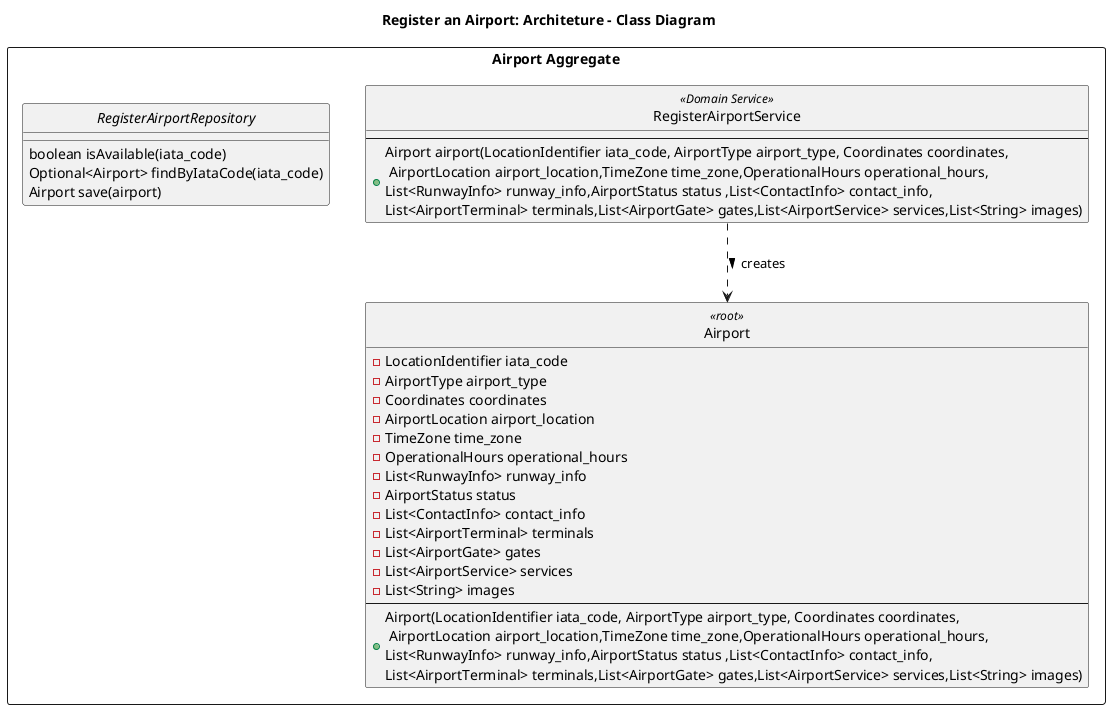
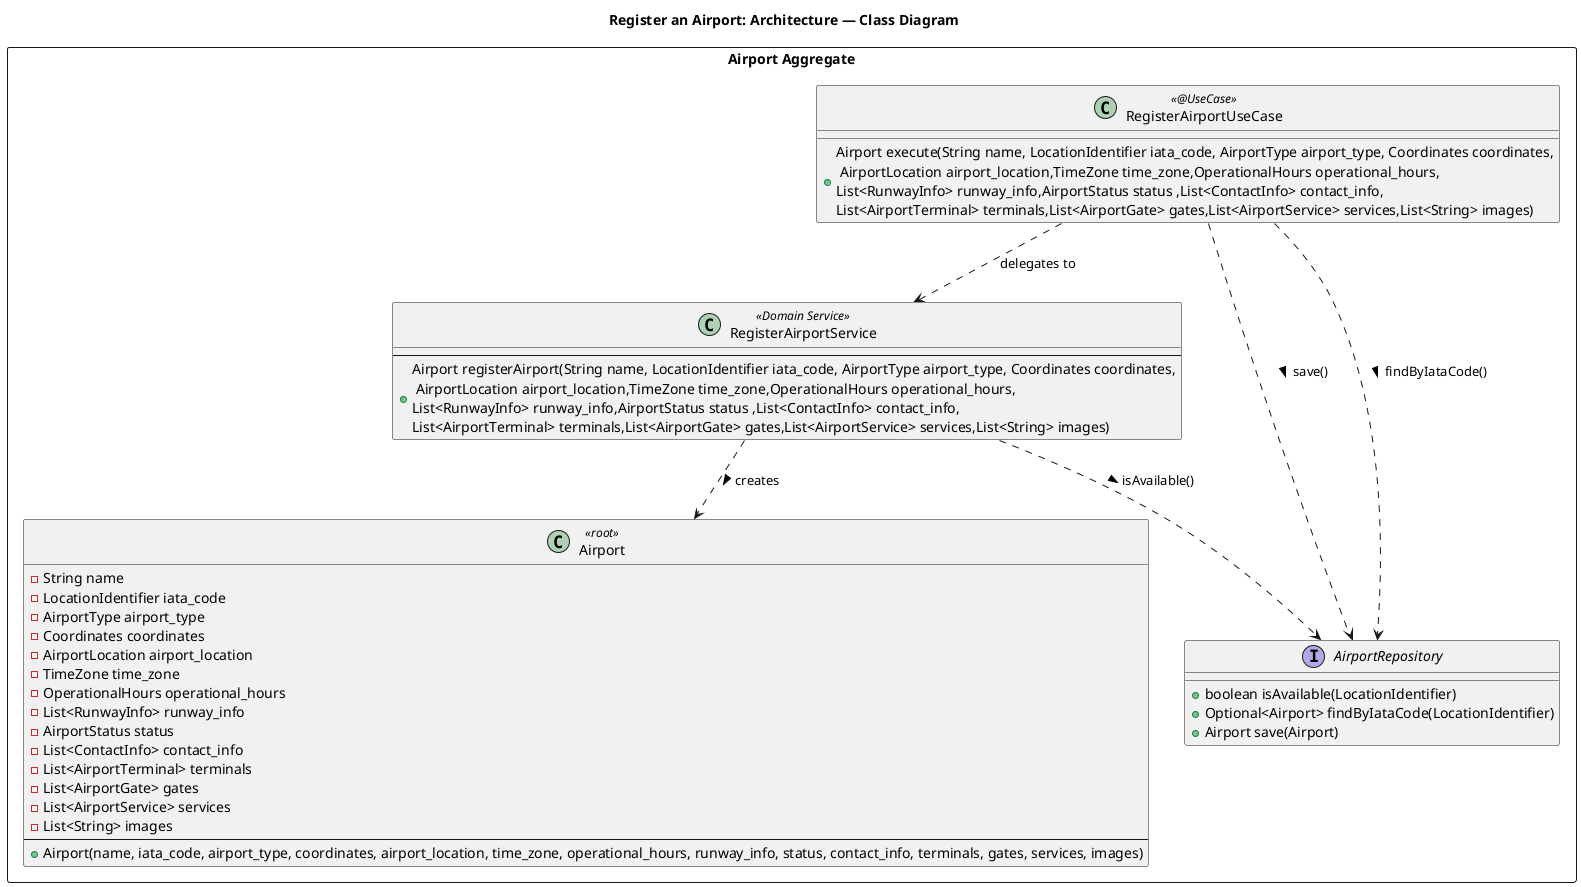
@startuml
'https://plantuml.com/class-diagram
- hide circle

- title Register an Airport: Architeture - Class Diagram
+ title Register an Airport: Architecture — Class Diagram

package "Airport Aggregate" <<rectangle>> {
    class Airport <<root>> {
+         - String name
        - LocationIdentifier iata_code
        - AirportType airport_type
        - Coordinates coordinates
        - AirportLocation airport_location
        - TimeZone time_zone
        - OperationalHours operational_hours
        - List<RunwayInfo> runway_info
        - AirportStatus status
        - List<ContactInfo> contact_info
        - List<AirportTerminal> terminals
        - List<AirportGate> gates
        - List<AirportService> services
        - List<String> images
        ---
-         + Airport(LocationIdentifier iata_code, AirportType airport_type, Coordinates coordinates,\n AirportLocation airport_location,TimeZone time_zone,OperationalHours operational_hours,\nList<RunwayInfo> runway_info,AirportStatus status ,List<ContactInfo> contact_info, \nList<AirportTerminal> terminals,List<AirportGate> gates,List<AirportService> services,List<String> images)
+         + Airport(name, iata_code, airport_type, coordinates, airport_location, time_zone, operational_hours, runway_info, status, contact_info, terminals, gates, services, images)
    }

    class RegisterAirportService <<Domain Service>> {
        ---
-         + Airport airport(LocationIdentifier iata_code, AirportType airport_type, Coordinates coordinates,\n AirportLocation airport_location,TimeZone time_zone,OperationalHours operational_hours,\nList<RunwayInfo> runway_info,AirportStatus status ,List<ContactInfo> contact_info, \nList<AirportTerminal> terminals,List<AirportGate> gates,List<AirportService> services,List<String> images)
+         + Airport registerAirport(String name, LocationIdentifier iata_code, AirportType airport_type, Coordinates coordinates,\n AirportLocation airport_location,TimeZone time_zone,OperationalHours operational_hours,\nList<RunwayInfo> runway_info,AirportStatus status ,List<ContactInfo> contact_info, \nList<AirportTerminal> terminals,List<AirportGate> gates,List<AirportService> services,List<String> images)
    }

-     interface RegisterAirportRepository {
-         boolean isAvailable(iata_code)
-         Optional<Airport> findByIataCode(iata_code)
-         Airport save(airport)
+     interface AirportRepository {
+         + boolean isAvailable(LocationIdentifier)
+         + Optional<Airport> findByIataCode(LocationIdentifier)
+         + Airport save(Airport)
    }

+     class RegisterAirportUseCase <<@UseCase>> {
+         + Airport execute(String name, LocationIdentifier iata_code, AirportType airport_type, Coordinates coordinates,\n AirportLocation airport_location,TimeZone time_zone,OperationalHours operational_hours,\nList<RunwayInfo> runway_info,AirportStatus status ,List<ContactInfo> contact_info, \nList<AirportTerminal> terminals,List<AirportGate> gates,List<AirportService> services,List<String> images)
+     }

RegisterAirportService ..> Airport : creates >
- 
- 
- 
- 
+ RegisterAirportUseCase ..> AirportRepository : save() >
+ RegisterAirportService ..> AirportRepository : isAvailable() >
+ RegisterAirportUseCase ..> RegisterAirportService : delegates to
+ RegisterAirportUseCase ..> AirportRepository : findByIataCode() >

}

- 
- 
- 
@enduml
- 
- 
- package "Airport Aggregate" {
-     class Airport <<entity>> <<root>> {
-         - name: String
-         - images: List<String>
-     }
-     Airport o--> LocationIdentifier
-     Airport o--> AirportType
-     Airport o--> Coordinates
-     Airport o--> AirportLocation
-     Airport o--> TimeZone
-     Airport o--> OperationalHours
-     Airport o--> AirportStatus
-     Airport o--> "N" RunwayInfo
-     Airport o--> "N" ContactInfo
-     Airport o--> "N" AirportTerminal
-     Airport o--> "N" AirportGate
-     Airport o--> "N" AirportService
- 
-     class AirportLocation <<value object>> {
-         - city: String
-         - country: String
-         - region: String
-     }
- 
-     class AirportTerminal <<value object>> {
-         - terminal: String
-     }
-     class AirportGate <<value object>> {
-         - gate: String
-     }
-     class AirportService <<value object>> {
-         - service: String
-     }
- 
-     class AirportType <<entity>> {
-         - name: String
-         - description: String
-     }
-     class LocationIdentifier <<value object>> {
-         - iata_code: String
-     }
- 
-     class TimeZone <<entity>> {
-         - abbreviation: String
-         - utc_offset_minutes: int
-         - gmt_offset_minutes: int
-     }
- 
-     class OperationalHours <<value object>> {
-         - opening_hours: int
-         - closing_hours: int
-     }
- 
-     class ContactInfo <<value object>> {
-         - type: String
-         - contact: String
-         - description: String
-     }
-     ContactInfo o--> ContactInfoType
-     class ContactInfoType <<enum>> {
-         - EMAIL: int
-         - PHONE_NUMBER: int
-         - FAX_NUMBER: int
-         - WEBSITE: int
-         - MAILING_ADDRESS: int
-     }
- 
-     class Coordinates <<value object>> {
-         - longitude: double
-         - longitude_direction: char
-         - latitude: double
-         - latitude_direction: char
-     }
- 
-     class RunwayInfo <<value object>> {
-         - name: String
-         - length: double
-     }
-     RunwayInfo o--> Orientation
- 
-     class Orientation <<value object>> {
-         - orientation: String
-     }
- 
-     class AirportStatus <<enum>> {
-         - OPERATIONAL: int
-         - CLOSED: int
-         - UNDER_MAINTENANCE: int
-     }
- }